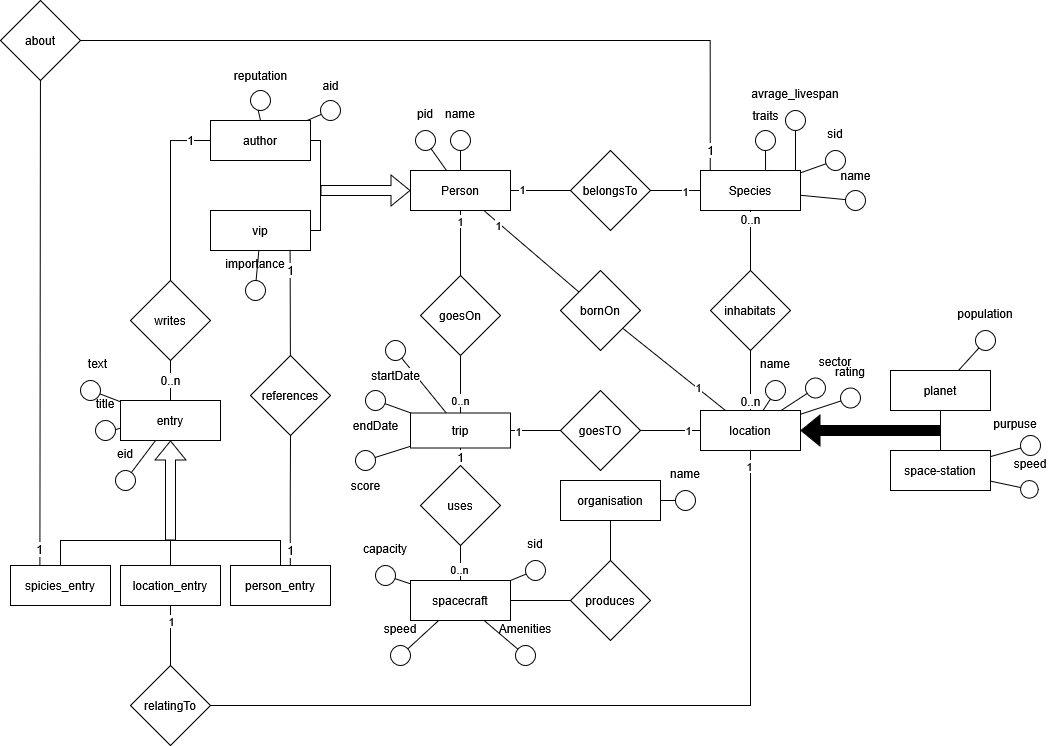
The draw.io diagram hhgttg-diagramm.drawio.png in MassimiIiano/hhgttg-db, before a commit. Source tidied: cells renumbered, new cells last; positions are measured from the earlier drawing's top-left corner, leaving out a move shared by most shapes.
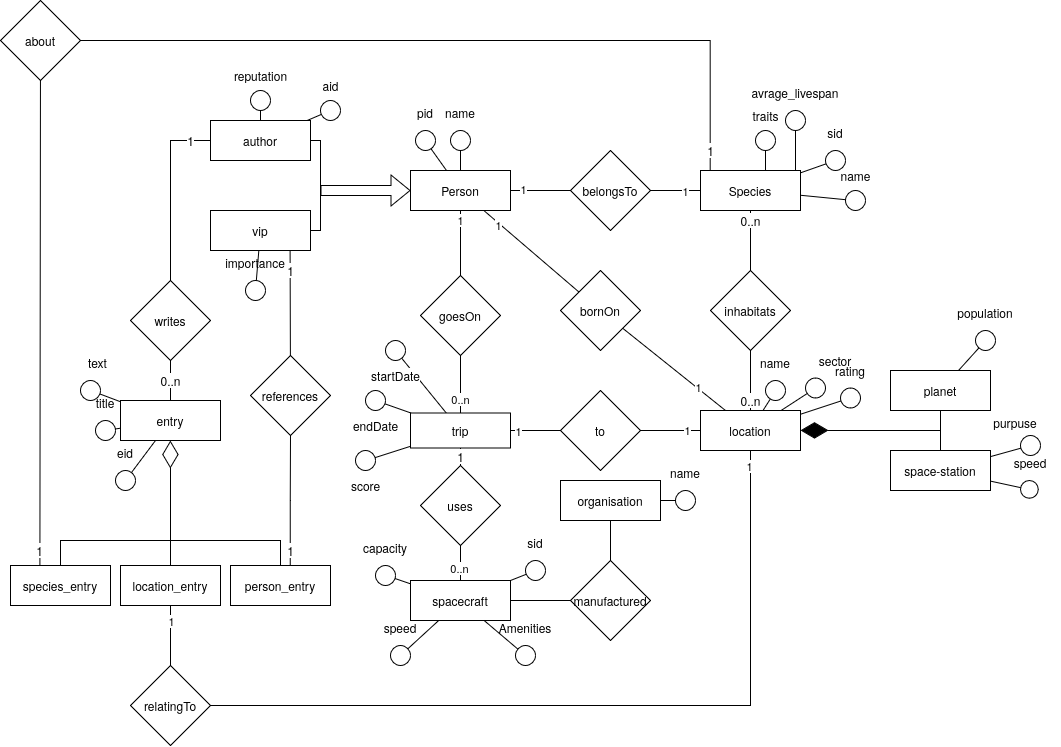
The same file after the commit.

Diff of the diagram source:
```diff
@@ -165,7 +165,7 @@
     <mxCell id="50" style="edgeStyle=none;rounded=0;jettySize=auto;html=1;strokeColor=default;align=center;verticalAlign=middle;fontFamily=Helvetica;fontSize=12;fontColor=default;labelBackgroundColor=default;endArrow=none;endFill=0;" parent="1" edge="1" source="51" target="53">
       <mxGeometry relative="1" as="geometry" />
     </mxCell>
-    <mxCell id="51" value="produces" style="rhombus;whiteSpace=wrap;html=1;rounded=0;" parent="1" vertex="1">
+    <mxCell id="51" value="manufactured" style="rhombus;whiteSpace=wrap;html=1;rounded=0;" parent="1" vertex="1">
       <mxGeometry x="570" y="560" width="80" height="80" as="geometry" />
     </mxCell>
     <mxCell id="52" value="1" style="edgeStyle=none;rounded=0;jettySize=auto;html=1;strokeColor=default;align=center;verticalAlign=middle;fontFamily=Helvetica;fontSize=12;fontColor=default;labelBackgroundColor=default;endArrow=none;endFill=0;" parent="1" edge="1" source="145" target="137">
@@ -207,11 +207,6 @@
     <mxCell id="64" value="writes" style="rhombus;whiteSpace=wrap;html=1;rounded=0;" parent="1" vertex="1">
       <mxGeometry x="130" y="280" width="80" height="80" as="geometry" />
     </mxCell>
-    <mxCell id="65" style="edgeStyle=none;rounded=0;jettySize=auto;html=1;strokeColor=default;align=center;verticalAlign=middle;fontFamily=Helvetica;fontSize=12;fontColor=default;labelBackgroundColor=default;endArrow=none;endFill=0;shape=flexArrow;startArrow=block;fillColor=none;" parent="1" edge="1" source="66">
-      <mxGeometry relative="1" as="geometry">
-        <mxPoint x="170" y="540" as="targetPoint" />
-      </mxGeometry>
-    </mxCell>
     <mxCell id="66" value="entry" style="whiteSpace=wrap;html=1;align=center;rounded=0;strokeColor=default;verticalAlign=middle;fontFamily=Helvetica;fontSize=12;fontColor=default;fillColor=default;" parent="1" vertex="1">
       <mxGeometry x="120" y="400" width="100" height="40" as="geometry" />
     </mxCell>
@@ -227,7 +222,7 @@
     <mxCell id="70" value="1" style="edgeStyle=none;rounded=0;jettySize=auto;html=1;strokeColor=default;align=center;verticalAlign=middle;fontFamily=Helvetica;fontSize=12;fontColor=default;labelBackgroundColor=default;endArrow=none;endFill=0;exitX=0.294;exitY=0.022;exitDx=0;exitDy=0;exitPerimeter=0;" parent="1" edge="1" source="71" target="96">
       <mxGeometry x="-0.93" relative="1" as="geometry" />
     </mxCell>
-    <mxCell id="71" value="spicies_entry" style="whiteSpace=wrap;html=1;align=center;rounded=0;strokeColor=default;verticalAlign=middle;fontFamily=Helvetica;fontSize=12;fontColor=default;fillColor=default;" parent="1" vertex="1">
+    <mxCell id="71" value="species_entry" style="whiteSpace=wrap;html=1;align=center;rounded=0;strokeColor=default;verticalAlign=middle;fontFamily=Helvetica;fontSize=12;fontColor=default;fillColor=default;" parent="1" vertex="1">
       <mxGeometry x="10" y="565" width="100" height="40" as="geometry" />
     </mxCell>
     <mxCell id="72" style="edgeStyle=none;rounded=0;jettySize=auto;html=1;strokeColor=default;align=center;verticalAlign=middle;fontFamily=Helvetica;fontSize=12;fontColor=default;labelBackgroundColor=default;endArrow=none;endFill=0;" parent="1" edge="1" source="75" target="94">
@@ -241,6 +236,9 @@
         <mxPoint x="170" y="540" as="targetPoint" />
       </mxGeometry>
     </mxCell>
+    <mxCell id="150" style="edgeStyle=none;shape=connector;rounded=0;jettySize=auto;html=1;strokeColor=#000000;align=center;verticalAlign=middle;fontFamily=Helvetica;fontSize=11;fontColor=default;labelBackgroundColor=default;endArrow=diamondThin;endFill=0;endSize=25;fillColor=#000000;" parent="1" edge="1" source="75" target="66">
+      <mxGeometry relative="1" as="geometry" />
+    </mxCell>
     <mxCell id="75" value="location_entry" style="whiteSpace=wrap;html=1;align=center;rounded=0;strokeColor=default;verticalAlign=middle;fontFamily=Helvetica;fontSize=12;fontColor=default;fillColor=default;" parent="1" vertex="1">
       <mxGeometry x="120" y="565" width="100" height="40" as="geometry" />
     </mxCell>
@@ -363,7 +361,7 @@
     <mxCell id="113" value="space-station" style="whiteSpace=wrap;html=1;align=center;rounded=0;strokeColor=default;verticalAlign=middle;fontFamily=Helvetica;fontSize=12;fontColor=default;fillColor=default;" parent="1" vertex="1">
       <mxGeometry x="890" y="450" width="100" height="40" as="geometry" />
     </mxCell>
-    <mxCell id="114" style="shape=flexArrow;endArrow=classic;html=1;rounded=0;fillColor=#000000;" parent="1" edge="1" target="14">
+    <mxCell id="114" style="endArrow=diamondThin;html=1;rounded=0;fillColor=#000000;endFill=1;endSize=25;" parent="1" edge="1" target="14">
       <mxGeometry relative="1" as="geometry">
         <mxPoint x="940" y="430" as="sourcePoint" />
       </mxGeometry>
@@ -449,7 +447,7 @@
     <mxCell id="141" value="1" style="edgeLabel;html=1;align=center;verticalAlign=middle;" parent="140" vertex="1">
       <mxGeometry x="0.57" y="1" relative="1" as="geometry" />
     </mxCell>
-    <mxCell id="142" value="goesTO" style="rhombus;whiteSpace=wrap;html=1;rounded=0;" parent="1" vertex="1">
+    <mxCell id="142" value="to" style="rhombus;whiteSpace=wrap;html=1;rounded=0;" parent="1" vertex="1">
       <mxGeometry x="560" y="390" width="80" height="80" as="geometry" />
     </mxCell>
     <mxCell id="143" style="edgeStyle=orthogonalEdgeStyle;rounded=0;jettySize=auto;html=1;endArrow=none;startFill=0;" parent="1" edge="1" source="145" target="53">
```
